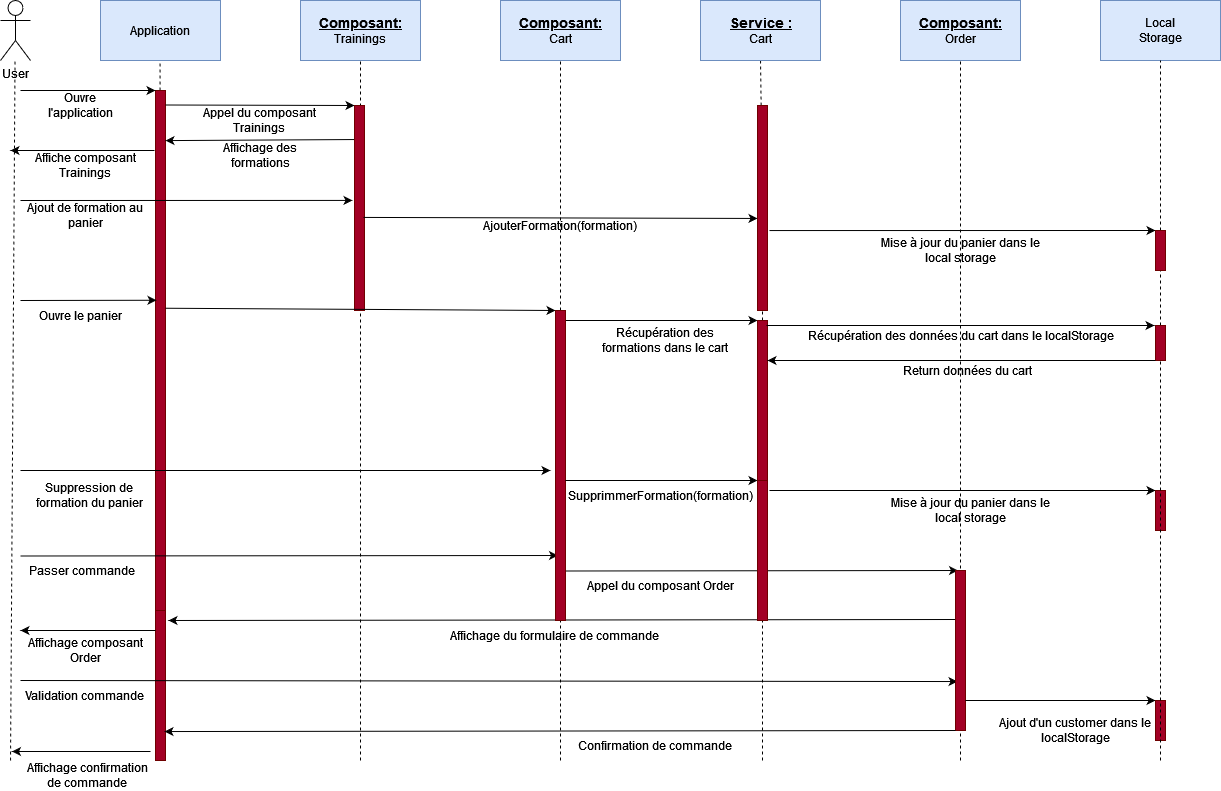
Above: files/Diagramme_de_séquence.drawio.png in Arthur40480/Training_Angular (draw.io), before the change. Source tidied: cells renumbered, new cells last; positions are measured from the earlier drawing's top-left corner, leaving out a move shared by most shapes.
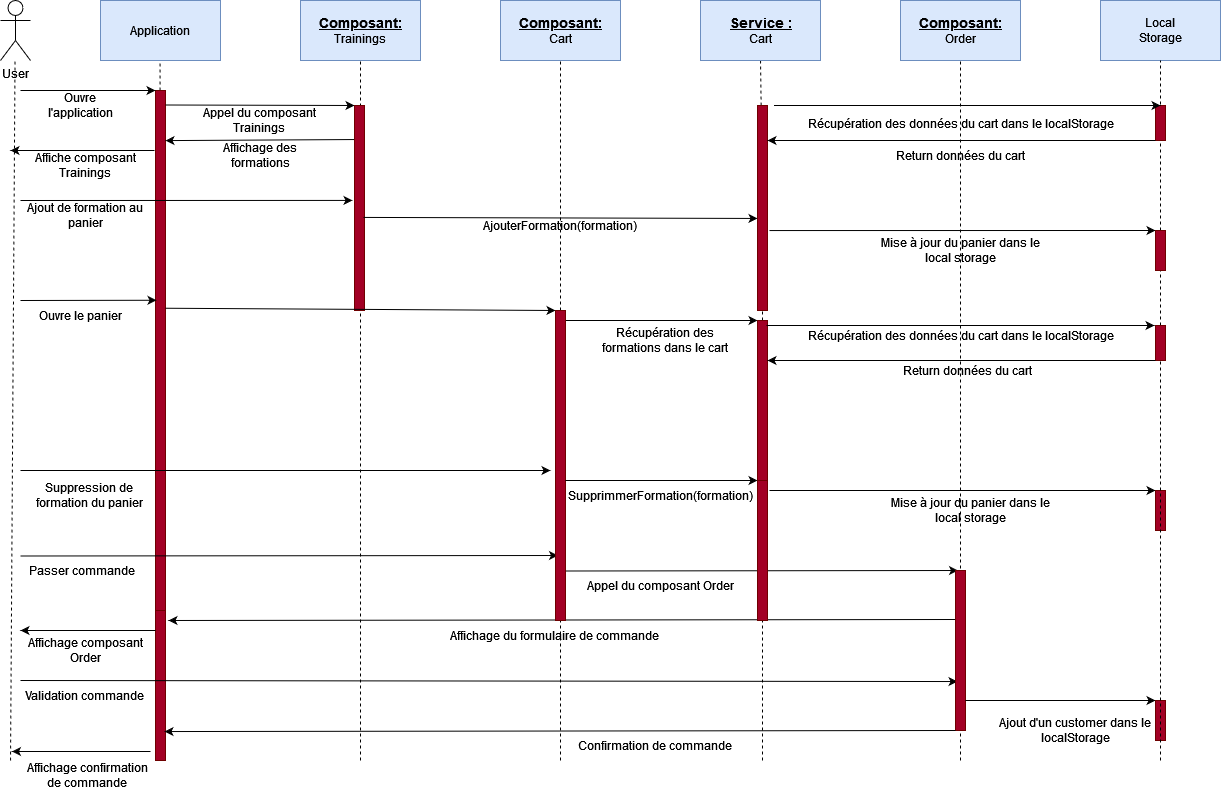
Above is the later version.

Commit message:
Modification du diagramme de séquence

Change to the diagram source:
```diff
@@ -334,5 +334,26 @@
     <mxCell id="88" value="Return données du cart" style="text;html=1;strokeColor=none;fillColor=none;align=center;verticalAlign=middle;whiteSpace=wrap;rounded=0;" parent="1" vertex="1">
       <mxGeometry x="810" y="355" width="315" height="30" as="geometry" />
     </mxCell>
+    <mxCell id="89" style="rounded=0;whiteSpace=wrap;html=1;fillColor=#a20025;fontColor=#ffffff;strokeColor=#6F0000;" parent="1" vertex="1">
+      <mxGeometry x="1155" y="105" width="10" height="35" as="geometry" />
+    </mxCell>
+    <mxCell id="90" style="endArrow=classic;html=1;rounded=0;exitX=1;exitY=0.25;exitDx=0;exitDy=0;" parent="1" edge="1">
+      <mxGeometry relative="1" as="geometry">
+        <mxPoint x="773.5" y="105" as="sourcePoint" />
+        <mxPoint x="1160" y="105" as="targetPoint" />
+      </mxGeometry>
+    </mxCell>
+    <mxCell id="91" value="Récupération des données du cart dans le localStorage" style="text;html=1;strokeColor=none;fillColor=none;align=center;verticalAlign=middle;whiteSpace=wrap;rounded=0;" parent="1" vertex="1">
+      <mxGeometry x="802.5" y="107.5" width="315" height="30" as="geometry" />
+    </mxCell>
+    <mxCell id="92" style="endArrow=classic;html=1;rounded=0;exitX=0;exitY=1;exitDx=0;exitDy=0;entryX=1;entryY=0.25;entryDx=0;entryDy=0;" parent="1" edge="1">
+      <mxGeometry relative="1" as="geometry">
+        <mxPoint x="1155" y="140" as="sourcePoint" />
+        <mxPoint x="767" y="140" as="targetPoint" />
+      </mxGeometry>
+    </mxCell>
+    <mxCell id="93" value="Return données du cart" style="text;html=1;strokeColor=none;fillColor=none;align=center;verticalAlign=middle;whiteSpace=wrap;rounded=0;" parent="1" vertex="1">
+      <mxGeometry x="802.5" y="140" width="315" height="30" as="geometry" />
+    </mxCell>
   </root>
 </mxGraphModel>
```
